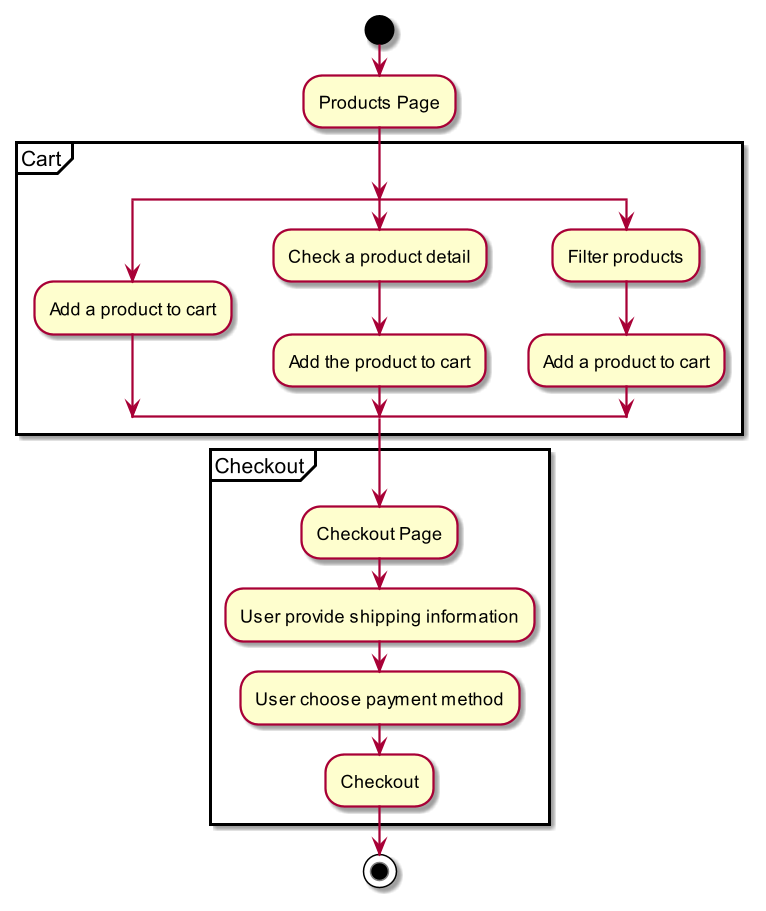
linhtch90/tiny-tots keeps this PlantUML diagram as diagrams/checkout.png. Above is the earlier version.
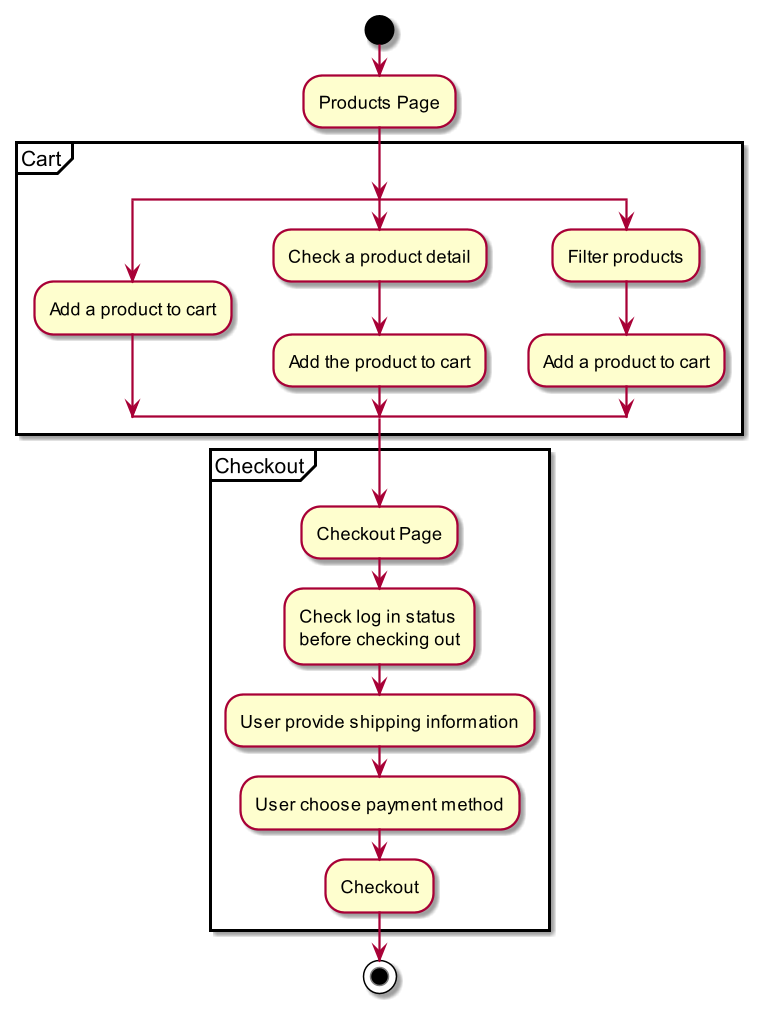
Above is the later version.

Change to the diagram source:
```diff
@@ -15,6 +15,7 @@
 }
 partition Checkout {
 :Checkout Page;
+:Check log in status\nbefore checking out;
 :User provide shipping information;
 :User choose payment method;
 :Checkout;
```
